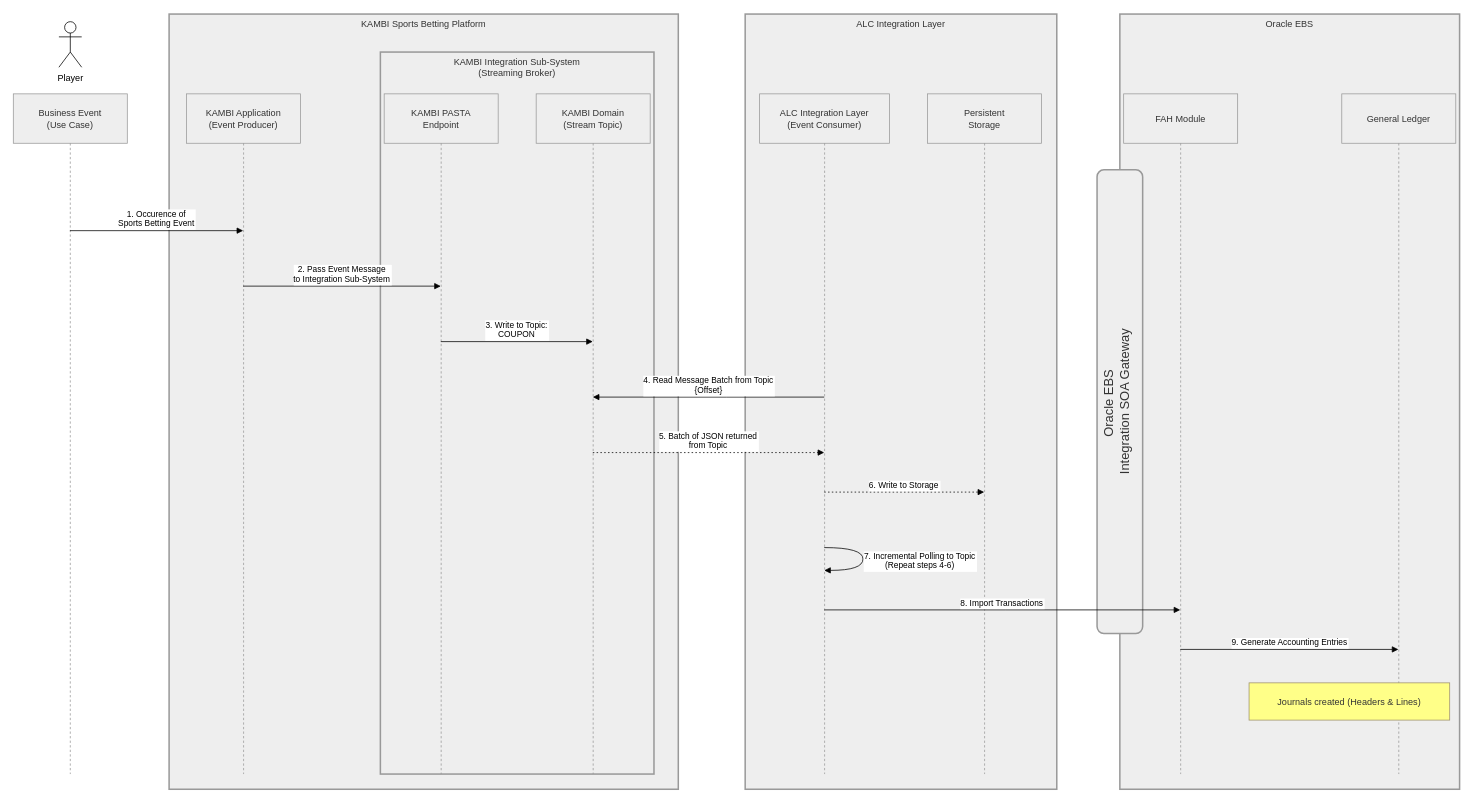
The draw.io diagram page "Page-2" (2 of 2) of ALC KAMBI.drawio in luclalor/Draw_IO, before the edit. Source tidied: cells renumbered, new cells numbered last; positions are measured from the earlier drawing's top-left corner, leaving out a move shared by most shapes. Both pictures are drawn from the tidied source at 76%, with x=0, y=0 at pixel (13, 14).
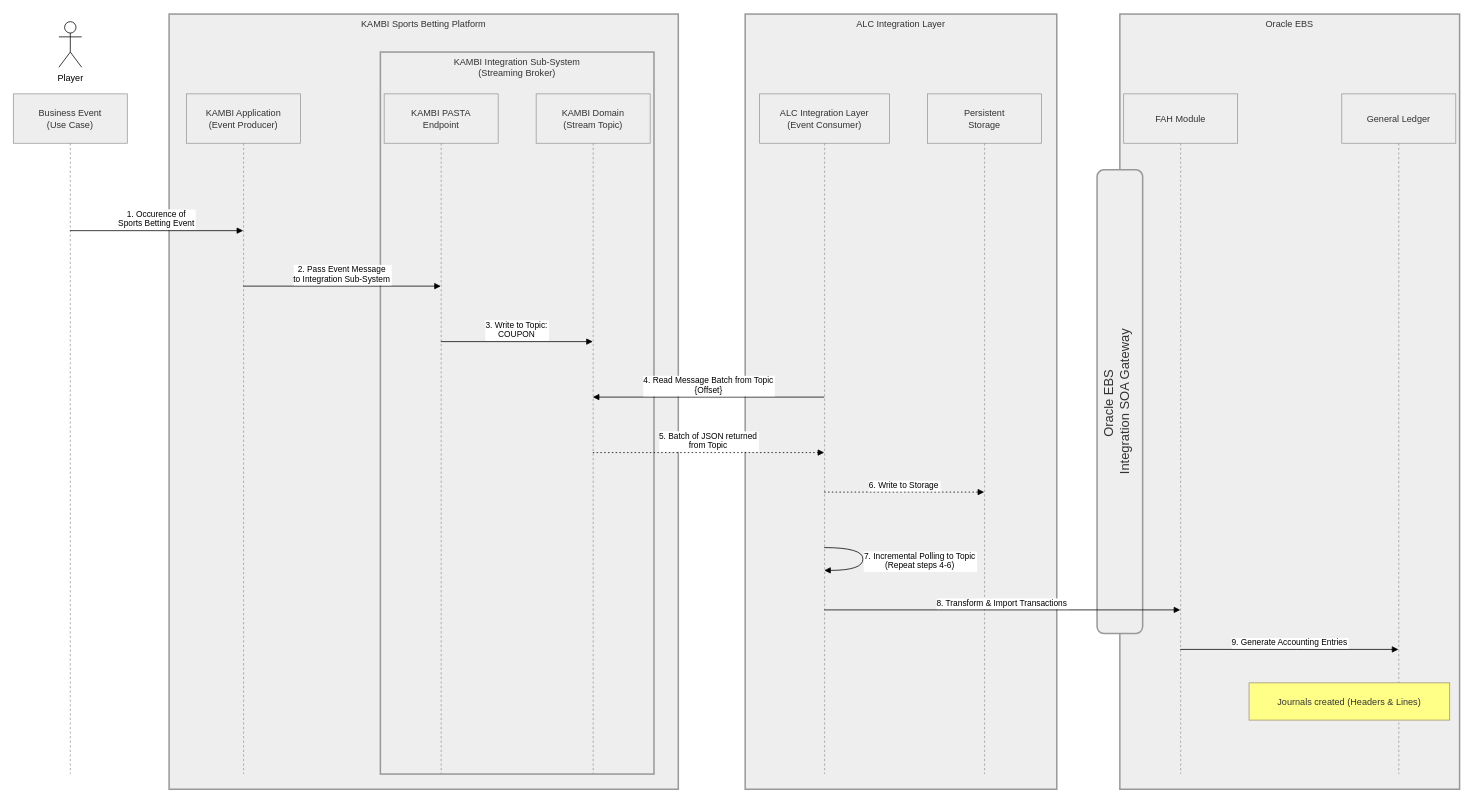
Above is the later version.

The change refers to these unchanged cells:
```xml
<mxCell id="10" value="ALC Integration Layer&#10;(Event Consumer)" style="shape=umlLifeline;perimeter=lifelinePerimeter;whiteSpace=wrap;outlineConnect=0;portConstraint=eastwest;newEdgeStyle={&quot;edgeStyle&quot;:&quot;elbowEdgeStyle&quot;,&quot;elbow&quot;:&quot;vertical&quot;,&quot;curved&quot;:0,&quot;rounded&quot;:0};size=65;fillColor=light-dark(#eeeeee,#1f2020);strokeColor=light-dark(#999999,#cccccc);fontColor=light-dark(#333333,#cccccc);" parent="1" vertex="1">
  <mxGeometry x="982" y="105" width="171" height="895" as="geometry" />
</mxCell>
<mxCell id="12" value="FAH Module" style="shape=umlLifeline;perimeter=lifelinePerimeter;whiteSpace=wrap;outlineConnect=0;portConstraint=eastwest;newEdgeStyle={&quot;edgeStyle&quot;:&quot;elbowEdgeStyle&quot;,&quot;elbow&quot;:&quot;vertical&quot;,&quot;curved&quot;:0,&quot;rounded&quot;:0};size=65;fillColor=light-dark(#eeeeee,#1f2020);strokeColor=light-dark(#999999,#cccccc);fontColor=light-dark(#333333,#cccccc);" parent="1" vertex="1">
  <mxGeometry x="1461" y="105" width="150" height="895" as="geometry" />
</mxCell>
```

Diff of the diagram source:
```diff
@@
-    <mxCell id="24" value="8. Import Transactions" style="verticalAlign=bottom;edgeStyle=elbowEdgeStyle;elbow=vertical;curved=0;rounded=0;endArrow=block;" parent="1" edge="1" source="10" target="12">
+    <mxCell id="24" value="8. Transform &amp; Import Transactions" style="verticalAlign=bottom;edgeStyle=elbowEdgeStyle;elbow=vertical;curved=0;rounded=0;endArrow=block;" parent="1" edge="1" source="10" target="12">
       <mxGeometry relative="1" as="geometry">
         <Array as="points">
           <mxPoint x="1305" y="784" />
         </Array>
       </mxGeometry>
     </mxCell>
```
